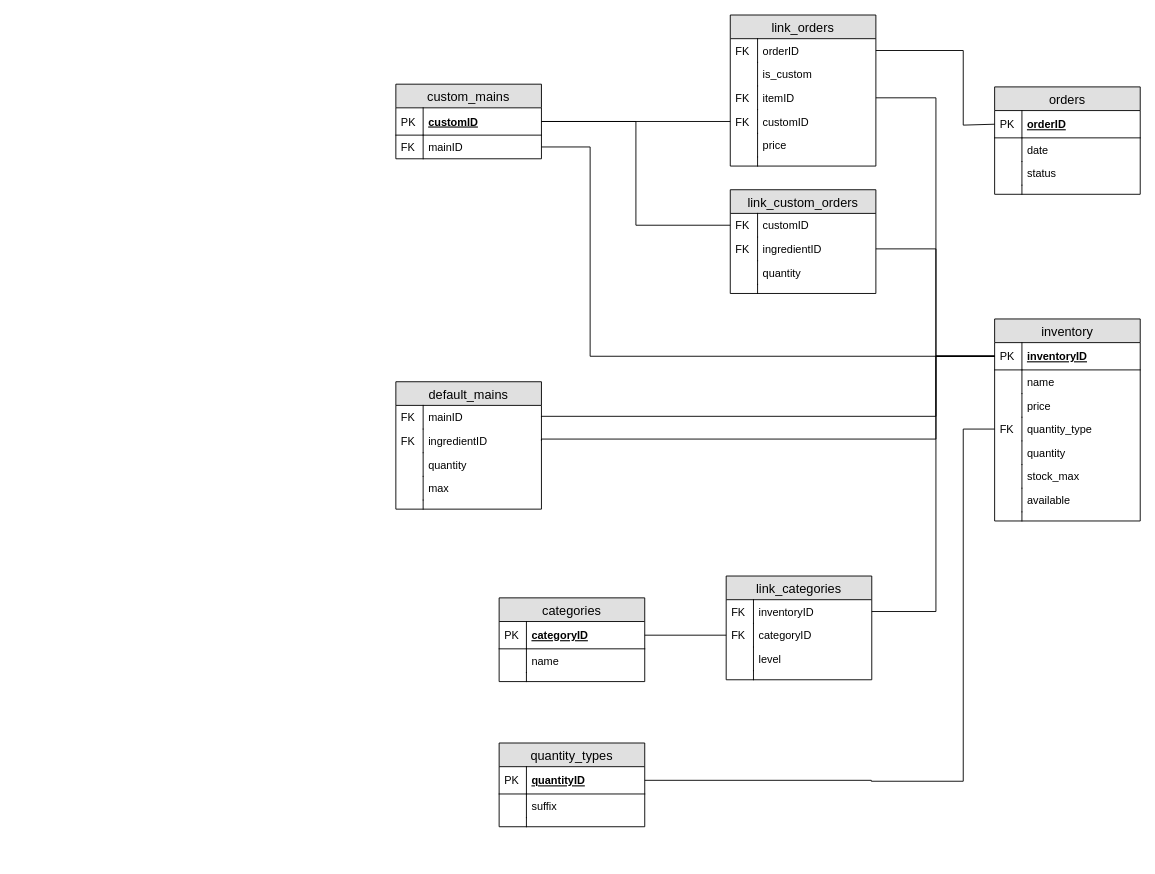
Before: docs/database schema.drawio in featherbear/UNSW-COMP1531-Assignment, a draw.io diagram. Source tidied: cells renumbered, new cells numbered last; positions are measured from the earlier drawing's top-left corner, leaving out a move shared by most shapes. Both pictures are drawn from the tidied source at 91%, with x=0, y=0 at pixel (395, 15).
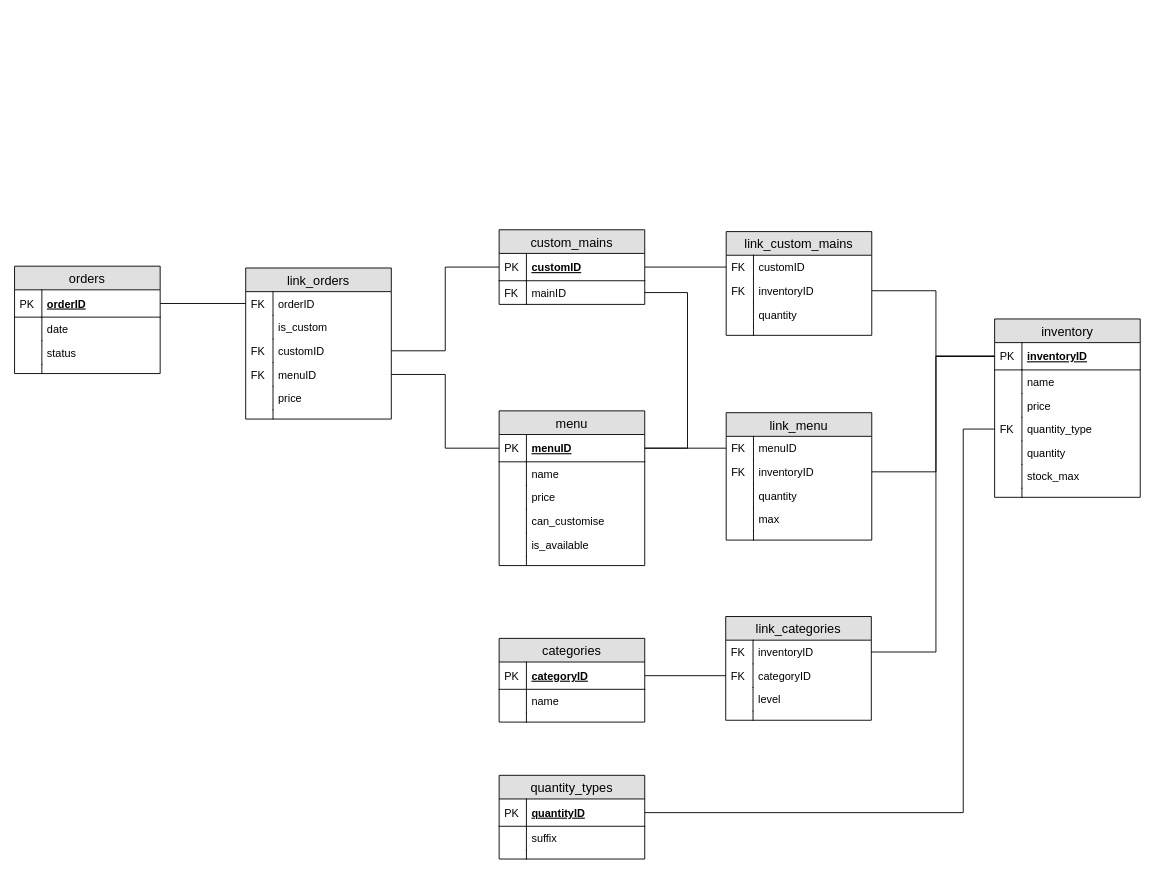
The same page after the edit.

Commit message (it also covers changes not shown here):
Fix database schema to separate the inventory from the menu

Unchanged cells that the change refers to:
```xml
<mxCell id="3" value="customID" style="shape=partialRectangle;top=0;left=0;right=0;bottom=0;align=left;verticalAlign=top;fillColor=none;spacingLeft=34;spacingRight=4;overflow=hidden;points=[[0,0.5],[1,0.5]];portConstraint=eastwest;fontSize=12;" parent="2" vertex="1">
  <mxGeometry y="26" width="160" height="26" as="geometry" />
</mxCell>
<mxCell id="12" value="customID" style="shape=partialRectangle;top=0;left=0;right=0;bottom=1;align=left;verticalAlign=middle;fillColor=none;spacingLeft=34;spacingRight=4;overflow=hidden;points=[[0,0.5],[1,0.5]];portConstraint=eastwest;fontStyle=5;fontSize=12;" parent="11" vertex="1">
  <mxGeometry y="26" width="160" height="30" as="geometry" />
</mxCell>
<mxCell id="14" value="mainID" style="shape=partialRectangle;top=0;left=0;right=0;bottom=0;align=left;verticalAlign=top;fillColor=none;spacingLeft=34;spacingRight=4;overflow=hidden;points=[[0,0.5],[1,0.5]];portConstraint=eastwest;fontSize=12;" parent="11" vertex="1">
  <mxGeometry y="56" width="160" height="26" as="geometry" />
</mxCell>
<mxCell id="28" value="inventoryID" style="shape=partialRectangle;top=0;left=0;right=0;bottom=1;align=left;verticalAlign=middle;fillColor=none;spacingLeft=34;spacingRight=4;overflow=hidden;points=[[0,0.5],[1,0.5]];portConstraint=eastwest;fontStyle=5;fontSize=12;" parent="27" vertex="1">
  <mxGeometry y="26" width="160" height="30" as="geometry" />
</mxCell>
<mxCell id="34" value="quantity_type" style="shape=partialRectangle;top=0;left=0;right=0;bottom=0;align=left;verticalAlign=top;fillColor=none;spacingLeft=34;spacingRight=4;overflow=hidden;points=[[0,0.5],[1,0.5]];portConstraint=eastwest;fontSize=12;" parent="27" vertex="1">
  <mxGeometry y="108" width="160" height="26" as="geometry" />
</mxCell>
<mxCell id="45" value="orderID" style="shape=partialRectangle;top=0;left=0;right=0;bottom=0;align=left;verticalAlign=top;fillColor=none;spacingLeft=34;spacingRight=4;overflow=hidden;points=[[0,0.5],[1,0.5]];portConstraint=eastwest;fontSize=12;" parent="44" vertex="1">
  <mxGeometry y="26" width="160" height="26" as="geometry" />
</mxCell>
<mxCell id="65" value="orderID" style="shape=partialRectangle;top=0;left=0;right=0;bottom=1;align=left;verticalAlign=middle;fillColor=none;spacingLeft=34;spacingRight=4;overflow=hidden;points=[[0,0.5],[1,0.5]];portConstraint=eastwest;fontStyle=5;fontSize=12;strokeColor=#000000;" parent="64" vertex="1">
  <mxGeometry y="26" width="160" height="30" as="geometry" />
</mxCell>
<mxCell id="79" value="quantityID" style="shape=partialRectangle;top=0;left=0;right=0;bottom=1;align=left;verticalAlign=middle;fillColor=none;spacingLeft=34;spacingRight=4;overflow=hidden;points=[[0,0.5],[1,0.5]];portConstraint=eastwest;fontStyle=5;fontSize=12;" parent="78" vertex="1">
  <mxGeometry y="26" width="160" height="30" as="geometry" />
</mxCell>
<mxCell id="87" value="inventoryID" style="shape=partialRectangle;top=0;left=0;right=0;bottom=0;align=left;verticalAlign=top;fillColor=none;spacingLeft=34;spacingRight=4;overflow=hidden;points=[[0,0.5],[1,0.5]];portConstraint=eastwest;fontSize=12;" parent="86" vertex="1">
  <mxGeometry y="26" width="160" height="26" as="geometry" />
</mxCell>
```

Diff of the diagram source:
```diff
@@
-    <mxCell id="2" value="link_custom_orders" style="swimlane;fontStyle=0;horizontal=1;startSize=26;fillColor=#e0e0e0;swimlaneFillColor=#ffffff;align=center;fontSize=14;" parent="1" vertex="1">
-      <mxGeometry x="368" y="192" width="160" height="114" as="geometry" />
+    <mxCell id="2" value="link_custom_mains" style="swimlane;fontStyle=0;horizontal=1;startSize=26;fillColor=#e0e0e0;swimlaneFillColor=#ffffff;align=center;fontSize=14;" parent="1" vertex="1">
+      <mxGeometry x="363.5" y="238" width="160" height="114" as="geometry" />
     </mxCell>
@@
-    <mxCell id="5" value="ingredientID" style="shape=partialRectangle;top=0;left=0;right=0;bottom=0;align=left;verticalAlign=top;fillColor=none;spacingLeft=34;spacingRight=4;overflow=hidden;points=[[0,0.5],[1,0.5]];portConstraint=eastwest;fontSize=12;" parent="2" vertex="1">
+    <mxCell id="5" value="inventoryID" style="shape=partialRectangle;top=0;left=0;right=0;bottom=0;align=left;verticalAlign=top;fillColor=none;spacingLeft=34;spacingRight=4;overflow=hidden;points=[[0,0.5],[1,0.5]];portConstraint=eastwest;fontSize=12;" parent="2" vertex="1">
       <mxGeometry y="52" width="160" height="26" as="geometry" />
     </mxCell>
@@
     <mxCell id="11" value="custom_mains" style="swimlane;fontStyle=0;horizontal=1;startSize=26;fillColor=#e0e0e0;swimlaneFillColor=#ffffff;align=center;fontSize=14;" parent="1" vertex="1">
-      <mxGeometry x="0.5" y="76" width="160" height="82" as="geometry" />
+      <mxGeometry x="114" y="236" width="160" height="82" as="geometry" />
     </mxCell>
@@
-    <mxCell id="16" value="default_mains" style="swimlane;fontStyle=0;horizontal=1;startSize=26;fillColor=#e0e0e0;swimlaneFillColor=#ffffff;align=center;fontSize=14;" parent="1" vertex="1">
-      <mxGeometry x="0.5" y="403" width="160" height="140" as="geometry" />
+    <mxCell id="16" value="link_menu" style="swimlane;fontStyle=0;horizontal=1;startSize=26;fillColor=#e0e0e0;swimlaneFillColor=#ffffff;align=center;fontSize=14;" parent="1" vertex="1">
+      <mxGeometry x="363.5" y="437" width="160" height="140" as="geometry" />
     </mxCell>
-    <mxCell id="17" value="mainID" style="shape=partialRectangle;top=0;left=0;right=0;bottom=0;align=left;verticalAlign=top;fillColor=none;spacingLeft=34;spacingRight=4;overflow=hidden;points=[[0,0.5],[1,0.5]];portConstraint=eastwest;fontSize=12;" parent="16" vertex="1">
+    <mxCell id="17" value="menuID" style="shape=partialRectangle;top=0;left=0;right=0;bottom=0;align=left;verticalAlign=top;fillColor=none;spacingLeft=34;spacingRight=4;overflow=hidden;points=[[0,0.5],[1,0.5]];portConstraint=eastwest;fontSize=12;" parent="16" vertex="1">
       <mxGeometry y="26" width="160" height="26" as="geometry" />
     </mxCell>
@@
-    <mxCell id="19" value="ingredientID" style="shape=partialRectangle;top=0;left=0;right=0;bottom=0;align=left;verticalAlign=top;fillColor=none;spacingLeft=34;spacingRight=4;overflow=hidden;points=[[0,0.5],[1,0.5]];portConstraint=eastwest;fontSize=12;" parent="16" vertex="1">
+    <mxCell id="19" value="inventoryID" style="shape=partialRectangle;top=0;left=0;right=0;bottom=0;align=left;verticalAlign=top;fillColor=none;spacingLeft=34;spacingRight=4;overflow=hidden;points=[[0,0.5],[1,0.5]];portConstraint=eastwest;fontSize=12;" parent="16" vertex="1">
       <mxGeometry y="52" width="160" height="26" as="geometry" />
     </mxCell>
@@
     <mxCell id="27" value="inventory" style="swimlane;fontStyle=0;horizontal=1;startSize=26;fillColor=#e0e0e0;swimlaneFillColor=#ffffff;align=center;fontSize=14;" parent="1" vertex="1">
-      <mxGeometry x="658.5" y="334" width="160" height="222" as="geometry" />
+      <mxGeometry x="658.5" y="334" width="160" height="196" as="geometry" />
     </mxCell>
@@
-    <mxCell id="40" value="available" style="shape=partialRectangle;top=0;left=0;right=0;bottom=0;align=left;verticalAlign=top;fillColor=none;spacingLeft=34;spacingRight=4;overflow=hidden;fontSize=12;" parent="27" vertex="1">
-      <mxGeometry y="186" width="160" height="26" as="geometry" />
-    </mxCell>
-    <mxCell id="41" style="shape=partialRectangle;top=0;left=0;bottom=0;fillColor=none;align=left;verticalAlign=top;spacingLeft=4;spacingRight=4;overflow=hidden;fontSize=12;" parent="40" vertex="1">
-      <mxGeometry width="30" height="26" as="geometry" />
-    </mxCell>
     <mxCell id="42" style="shape=partialRectangle;top=0;left=0;right=0;bottom=0;align=left;verticalAlign=top;fillColor=none;spacingLeft=34;spacingRight=4;overflow=hidden;fontSize=12;" parent="27" vertex="1">
-      <mxGeometry y="212" width="160" height="10" as="geometry" />
+      <mxGeometry y="186" width="160" height="10" as="geometry" />
     </mxCell>
@@
     <mxCell id="44" value="link_orders" style="swimlane;fontStyle=0;horizontal=1;startSize=26;fillColor=#e0e0e0;swimlaneFillColor=#ffffff;align=center;fontSize=14;" parent="1" vertex="1">
-      <mxGeometry x="368" width="160" height="166" as="geometry" />
+      <mxGeometry x="-164.5" y="278" width="160" height="166" as="geometry" />
     </mxCell>
@@
-    <mxCell id="49" value="itemID" style="shape=partialRectangle;top=0;left=0;right=0;bottom=0;align=left;verticalAlign=top;fillColor=none;spacingLeft=34;spacingRight=4;overflow=hidden;points=[[0,0.5],[1,0.5]];portConstraint=eastwest;fontSize=12;" parent="44" vertex="1">
+    <mxCell id="49" value="customID" style="shape=partialRectangle;top=0;left=0;right=0;bottom=0;align=left;verticalAlign=top;fillColor=none;spacingLeft=34;spacingRight=4;overflow=hidden;points=[[0,0.5],[1,0.5]];portConstraint=eastwest;fontSize=12;" parent="44" vertex="1">
       <mxGeometry y="78" width="160" height="26" as="geometry" />
     </mxCell>
@@
-    <mxCell id="51" value="customID" style="shape=partialRectangle;top=0;left=0;right=0;bottom=0;align=left;verticalAlign=top;fillColor=none;spacingLeft=34;spacingRight=4;overflow=hidden;points=[[0,0.5],[1,0.5]];portConstraint=eastwest;fontSize=12;" parent="44" vertex="1">
-      <mxGeometry y="104" width="160" height="26" as="geometry" />
-    </mxCell>
+    <mxCell id="100" value="menuID" style="shape=partialRectangle;top=0;left=0;right=0;bottom=0;align=left;verticalAlign=top;fillColor=none;spacingLeft=34;spacingRight=4;overflow=hidden;points=[[0,0.5],[1,0.5]];portConstraint=eastwest;fontSize=12;" parent="44" vertex="1">
+      <mxGeometry y="104" width="160" height="26" as="geometry" />
+    </mxCell>
-    <mxCell id="52" value="FK" style="shape=partialRectangle;top=0;left=0;bottom=0;fillColor=none;align=left;verticalAlign=top;spacingLeft=4;spacingRight=4;overflow=hidden;fontSize=12;" parent="51" vertex="1">
+    <mxCell id="52" value="FK" style="shape=partialRectangle;top=0;left=0;bottom=0;fillColor=none;align=left;verticalAlign=top;spacingLeft=4;spacingRight=4;overflow=hidden;fontSize=12;" parent="100" vertex="1">
       <mxGeometry width="30" height="26" as="geometry" />
     </mxCell>
@@
     <mxCell id="57" value="categories" style="swimlane;fontStyle=0;horizontal=1;startSize=26;fillColor=#e0e0e0;swimlaneFillColor=#ffffff;align=center;fontSize=14;" parent="1" vertex="1">
-      <mxGeometry x="114" y="640.5" width="160" height="92" as="geometry" />
+      <mxGeometry x="114" y="685" width="160" height="92" as="geometry" />
     </mxCell>
@@
     <mxCell id="64" value="orders" style="swimlane;fontStyle=0;horizontal=1;startSize=26;fillColor=#e0e0e0;swimlaneFillColor=#ffffff;align=center;fontSize=14;" parent="1" vertex="1">
-      <mxGeometry x="658.5" y="79" width="160" height="118" as="geometry" />
+      <mxGeometry x="-418.5" y="276" width="160" height="118" as="geometry" />
     </mxCell>
@@
-    <mxCell id="73" style="edgeStyle=orthogonalEdgeStyle;rounded=0;jettySize=auto;html=1;entryX=0;entryY=0.5;entryDx=0;entryDy=0;endArrow=none;endFill=0;" parent="1" edge="1" source="45" target="65">
-      <mxGeometry relative="1" as="geometry">
-        <Array as="points">
-          <mxPoint x="624" y="39" />
-          <mxPoint x="624" y="121" />
-        </Array>
-      </mxGeometry>
-    </mxCell>
-    <mxCell id="74" style="edgeStyle=orthogonalEdgeStyle;rounded=0;jettySize=auto;html=1;exitX=1;exitY=0.5;exitDx=0;exitDy=0;entryX=0;entryY=0.5;entryDx=0;entryDy=0;endArrow=none;endFill=0;" parent="1" edge="1" source="5" target="28">
-      <mxGeometry relative="1" as="geometry">
-        <Array as="points">
-          <mxPoint x="594" y="257" />
-          <mxPoint x="594" y="375" />
-        </Array>
-      </mxGeometry>
-    </mxCell>
-    <mxCell id="75" style="edgeStyle=orthogonalEdgeStyle;rounded=0;jettySize=auto;html=1;exitX=1;exitY=0.5;exitDx=0;exitDy=0;entryX=0;entryY=0.5;entryDx=0;entryDy=0;endArrow=none;endFill=0;" parent="1" edge="1" source="12" target="51">
-      <mxGeometry relative="1" as="geometry" />
-    </mxCell>
-    <mxCell id="76" style="edgeStyle=orthogonalEdgeStyle;rounded=0;jettySize=auto;html=1;exitX=1;exitY=0.5;exitDx=0;exitDy=0;entryX=0;entryY=0.5;entryDx=0;entryDy=0;endArrow=none;endFill=0;" parent="1" edge="1" source="12" target="3">
-      <mxGeometry relative="1" as="geometry" />
-    </mxCell>
-    <mxCell id="77" style="edgeStyle=orthogonalEdgeStyle;rounded=0;jettySize=auto;html=1;exitX=1;exitY=0.5;exitDx=0;exitDy=0;entryX=0;entryY=0.5;entryDx=0;entryDy=0;endArrow=none;endFill=0;" parent="1" edge="1" source="49" target="28">
-      <mxGeometry relative="1" as="geometry">
-        <Array as="points">
-          <mxPoint x="594" y="91" />
-          <mxPoint x="594" y="375" />
-        </Array>
-      </mxGeometry>
-    </mxCell>
     <mxCell id="78" value="quantity_types" style="swimlane;fontStyle=0;horizontal=1;startSize=26;fillColor=#e0e0e0;swimlaneFillColor=#ffffff;align=center;fontSize=14;" parent="1" vertex="1">
-      <mxGeometry x="114" y="800" width="160" height="92" as="geometry" />
+      <mxGeometry x="114" y="835.5" width="160" height="92" as="geometry" />
     </mxCell>
@@
     <mxCell id="85" style="edgeStyle=orthogonalEdgeStyle;rounded=0;jettySize=auto;html=1;exitX=1;exitY=0.5;exitDx=0;exitDy=0;entryX=0;entryY=0.5;entryDx=0;entryDy=0;endArrow=none;endFill=0;" parent="1" edge="1" source="79" target="34">
       <mxGeometry relative="1" as="geometry">
         <Array as="points">
-          <mxPoint x="523" y="842" />
-          <mxPoint x="624" y="842" />
+          <mxPoint x="624" y="877" />
           <mxPoint x="624" y="455" />
         </Array>
       </mxGeometry>
     </mxCell>
     <mxCell id="86" value="link_categories" style="swimlane;fontStyle=0;horizontal=1;startSize=26;fillColor=#e0e0e0;swimlaneFillColor=#ffffff;align=center;fontSize=14;" parent="1" vertex="1">
-      <mxGeometry x="363.5" y="616.5" width="160" height="114" as="geometry" />
+      <mxGeometry x="363" y="661" width="160" height="114" as="geometry" />
     </mxCell>
@@
-    <mxCell id="95" style="edgeStyle=orthogonalEdgeStyle;rounded=0;jettySize=auto;html=1;exitX=1;exitY=0.5;exitDx=0;exitDy=0;entryX=0;entryY=0.5;entryDx=0;entryDy=0;endArrow=none;endFill=0;" parent="1" edge="1" source="17" target="28">
-      <mxGeometry relative="1" as="geometry">
-        <Array as="points">
-          <mxPoint x="594" y="441" />
-          <mxPoint x="594" y="375" />
-        </Array>
-      </mxGeometry>
-    </mxCell>
-    <mxCell id="96" style="edgeStyle=orthogonalEdgeStyle;rounded=0;jettySize=auto;html=1;exitX=1;exitY=0.5;exitDx=0;exitDy=0;entryX=0;entryY=0.5;entryDx=0;entryDy=0;endArrow=none;endFill=0;" parent="1" edge="1" source="19" target="28">
-      <mxGeometry relative="1" as="geometry">
-        <Array as="points">
-          <mxPoint x="594" y="466" />
-          <mxPoint x="594" y="375" />
-        </Array>
-      </mxGeometry>
-    </mxCell>
-    <mxCell id="97" style="edgeStyle=orthogonalEdgeStyle;rounded=0;jettySize=auto;html=1;exitX=1;exitY=0.5;exitDx=0;exitDy=0;entryX=0;entryY=0.5;entryDx=0;entryDy=0;endArrow=none;endFill=0;" parent="1" edge="1" source="14" target="28">
-      <mxGeometry relative="1" as="geometry">
-        <Array as="points">
-          <mxPoint x="214" y="145" />
-          <mxPoint x="214" y="375" />
-        </Array>
-      </mxGeometry>
-    </mxCell>
     <mxCell id="98" style="edgeStyle=orthogonalEdgeStyle;rounded=0;jettySize=auto;html=1;exitX=1;exitY=0.5;exitDx=0;exitDy=0;entryX=0;entryY=0.5;entryDx=0;entryDy=0;endArrow=none;endFill=0;" parent="1" edge="1" source="87" target="28">
       <mxGeometry relative="1" as="geometry">
         <Array as="points">
-          <mxPoint x="594" y="656" />
+          <mxPoint x="594" y="700" />
           <mxPoint x="594" y="375" />
         </Array>
       </mxGeometry>
     </mxCell>
@@
+    <mxCell id="101" value="menu" style="swimlane;fontStyle=0;horizontal=1;startSize=26;fillColor=#e0e0e0;swimlaneFillColor=#ffffff;align=center;fontSize=14;" parent="1" vertex="1">
+      <mxGeometry x="114" y="435" width="160" height="170" as="geometry" />
+    </mxCell>
+    <mxCell id="102" value="menuID" style="shape=partialRectangle;top=0;left=0;right=0;bottom=1;align=left;verticalAlign=middle;fillColor=none;spacingLeft=34;spacingRight=4;overflow=hidden;points=[[0,0.5],[1,0.5]];portConstraint=eastwest;fontStyle=5;fontSize=12;" parent="101" vertex="1">
+      <mxGeometry y="26" width="160" height="30" as="geometry" />
+    </mxCell>
+    <mxCell id="103" value="PK" style="shape=partialRectangle;top=0;left=0;bottom=0;fillColor=none;align=left;verticalAlign=middle;spacingLeft=4;spacingRight=4;overflow=hidden;fontSize=12;" parent="102" vertex="1">
+      <mxGeometry width="30" height="30" as="geometry" />
+    </mxCell>
+    <mxCell id="104" value="name" style="shape=partialRectangle;top=0;left=0;right=0;bottom=0;align=left;verticalAlign=top;fillColor=none;spacingLeft=34;spacingRight=4;overflow=hidden;fontSize=12;" parent="101" vertex="1">
+      <mxGeometry y="56" width="160" height="26" as="geometry" />
+    </mxCell>
+    <mxCell id="105" style="shape=partialRectangle;top=0;left=0;bottom=0;fillColor=none;align=left;verticalAlign=top;spacingLeft=4;spacingRight=4;overflow=hidden;fontSize=12;" parent="104" vertex="1">
+      <mxGeometry width="30" height="26" as="geometry" />
+    </mxCell>
+    <mxCell id="106" value="price" style="shape=partialRectangle;top=0;left=0;right=0;bottom=0;align=left;verticalAlign=top;fillColor=none;spacingLeft=34;spacingRight=4;overflow=hidden;fontSize=12;" parent="101" vertex="1">
+      <mxGeometry y="82" width="160" height="26" as="geometry" />
+    </mxCell>
+    <mxCell id="107" style="shape=partialRectangle;top=0;left=0;bottom=0;fillColor=none;align=left;verticalAlign=top;spacingLeft=4;spacingRight=4;overflow=hidden;fontSize=12;" parent="106" vertex="1">
+      <mxGeometry width="30" height="26" as="geometry" />
+    </mxCell>
+    <mxCell id="108" value="can_customise" style="shape=partialRectangle;top=0;left=0;right=0;bottom=0;align=left;verticalAlign=top;fillColor=none;spacingLeft=34;spacingRight=4;overflow=hidden;fontSize=12;" parent="101" vertex="1">
+      <mxGeometry y="108" width="160" height="26" as="geometry" />
+    </mxCell>
+    <mxCell id="109" style="shape=partialRectangle;top=0;left=0;bottom=0;fillColor=none;align=left;verticalAlign=top;spacingLeft=4;spacingRight=4;overflow=hidden;fontSize=12;" parent="108" vertex="1">
+      <mxGeometry width="30" height="26" as="geometry" />
+    </mxCell>
+    <mxCell id="110" value="is_available" style="shape=partialRectangle;top=0;left=0;right=0;bottom=0;align=left;verticalAlign=top;fillColor=none;spacingLeft=34;spacingRight=4;overflow=hidden;fontSize=12;" parent="101" vertex="1">
+      <mxGeometry y="134" width="160" height="26" as="geometry" />
+    </mxCell>
+    <mxCell id="111" style="shape=partialRectangle;top=0;left=0;bottom=0;fillColor=none;align=left;verticalAlign=top;spacingLeft=4;spacingRight=4;overflow=hidden;fontSize=12;" parent="110" vertex="1">
+      <mxGeometry width="30" height="26" as="geometry" />
+    </mxCell>
+    <mxCell id="112" style="shape=partialRectangle;top=0;left=0;right=0;bottom=0;align=left;verticalAlign=top;fillColor=none;spacingLeft=34;spacingRight=4;overflow=hidden;fontSize=12;" parent="101" vertex="1">
+      <mxGeometry y="160" width="160" height="10" as="geometry" />
+    </mxCell>
+    <mxCell id="113" style="shape=partialRectangle;top=0;left=0;bottom=0;fillColor=none;align=left;verticalAlign=top;spacingLeft=4;spacingRight=4;overflow=hidden;fontSize=12;" parent="112" vertex="1">
+      <mxGeometry width="30" height="10" as="geometry" />
+    </mxCell>
+    <mxCell id="114" style="edgeStyle=orthogonalEdgeStyle;rounded=0;jettySize=auto;html=1;exitX=1;exitY=0.5;exitDx=0;exitDy=0;entryX=0;entryY=0.5;entryDx=0;entryDy=0;endArrow=none;endFill=0;" parent="1" edge="1" source="102" target="17">
+      <mxGeometry relative="1" as="geometry" />
+    </mxCell>
+    <mxCell id="73" style="edgeStyle=orthogonalEdgeStyle;rounded=0;jettySize=auto;html=1;exitX=0;exitY=0.5;exitDx=0;exitDy=0;entryX=1;entryY=0.5;entryDx=0;entryDy=0;endArrow=none;endFill=0;" parent="1" edge="1" source="45" target="65">
+      <mxGeometry relative="1" as="geometry" />
+    </mxCell>
+    <mxCell id="74" style="edgeStyle=orthogonalEdgeStyle;rounded=0;jettySize=auto;html=1;exitX=1;exitY=0.5;exitDx=0;exitDy=0;entryX=0;entryY=0.5;entryDx=0;entryDy=0;endArrow=none;endFill=0;" parent="1" edge="1" source="5" target="28">
+      <mxGeometry relative="1" as="geometry">
+        <Array as="points">
+          <mxPoint x="594" y="303" />
+          <mxPoint x="594" y="375" />
+        </Array>
+      </mxGeometry>
+    </mxCell>
+    <mxCell id="115" style="edgeStyle=orthogonalEdgeStyle;rounded=0;jettySize=auto;html=1;exitX=1;exitY=0.5;exitDx=0;exitDy=0;entryX=1;entryY=0.5;entryDx=0;entryDy=0;endArrow=none;endFill=0;" parent="1" edge="1" source="14" target="102">
+      <mxGeometry relative="1" as="geometry">
+        <Array as="points">
+          <mxPoint x="321" y="305" />
+          <mxPoint x="321" y="476" />
+        </Array>
+      </mxGeometry>
+    </mxCell>
+    <mxCell id="96" style="edgeStyle=orthogonalEdgeStyle;rounded=0;jettySize=auto;html=1;exitX=1;exitY=0.5;exitDx=0;exitDy=0;entryX=0;entryY=0.5;entryDx=0;entryDy=0;endArrow=none;endFill=0;" parent="1" edge="1" source="19" target="28">
+      <mxGeometry relative="1" as="geometry">
+        <Array as="points">
+          <mxPoint x="594" y="502" />
+          <mxPoint x="594" y="375" />
+        </Array>
+      </mxGeometry>
+    </mxCell>
+    <mxCell id="116" style="edgeStyle=orthogonalEdgeStyle;rounded=0;jettySize=auto;html=1;exitX=0;exitY=0.5;exitDx=0;exitDy=0;entryX=1;entryY=0.5;entryDx=0;entryDy=0;endArrow=none;endFill=0;" parent="1" edge="1" source="3" target="12">
+      <mxGeometry relative="1" as="geometry" />
+    </mxCell>
+    <mxCell id="117" style="edgeStyle=orthogonalEdgeStyle;rounded=0;jettySize=auto;html=1;exitX=1;exitY=0.5;exitDx=0;exitDy=0;entryX=0;entryY=0.5;entryDx=0;entryDy=0;endArrow=none;endFill=0;" parent="1" edge="1" source="49" target="12">
+      <mxGeometry relative="1" as="geometry" />
+    </mxCell>
+    <mxCell id="118" style="edgeStyle=orthogonalEdgeStyle;rounded=0;jettySize=auto;html=1;entryX=0;entryY=0.5;entryDx=0;entryDy=0;endArrow=none;endFill=0;" parent="1" edge="1" source="100" target="102">
+      <mxGeometry relative="1" as="geometry" />
+    </mxCell>
```
